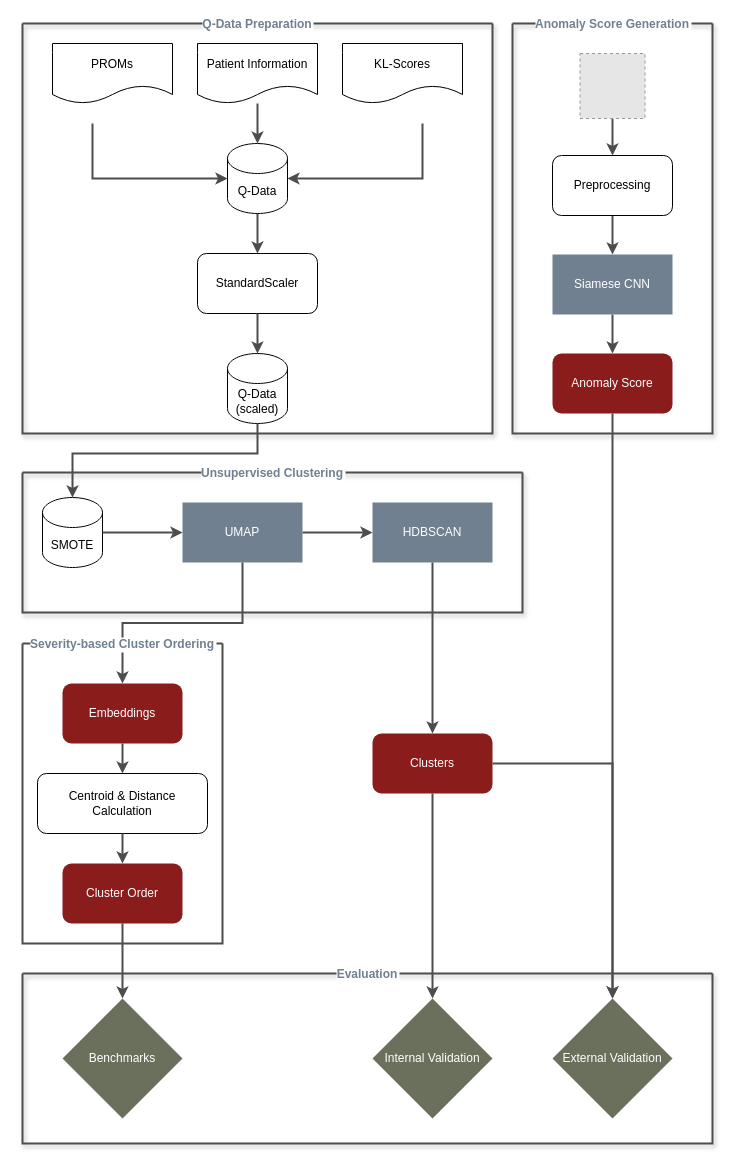
caitzpp/VT9_Identifying-Severities-in-Osteoarthritis keeps this draw.io diagram as OA Clustering Pipeline.drawio. Above is the earlier version. Source tidied: cells renumbered, new cells numbered last; positions are measured from the earlier drawing's top-left corner, leaving out a move shared by most shapes. Both pictures are drawn from the tidied source at 100%, with x=0, y=0 at pixel (22, 23). Pictures stored in the file or linked from it are replaced by grey dashed boxes.
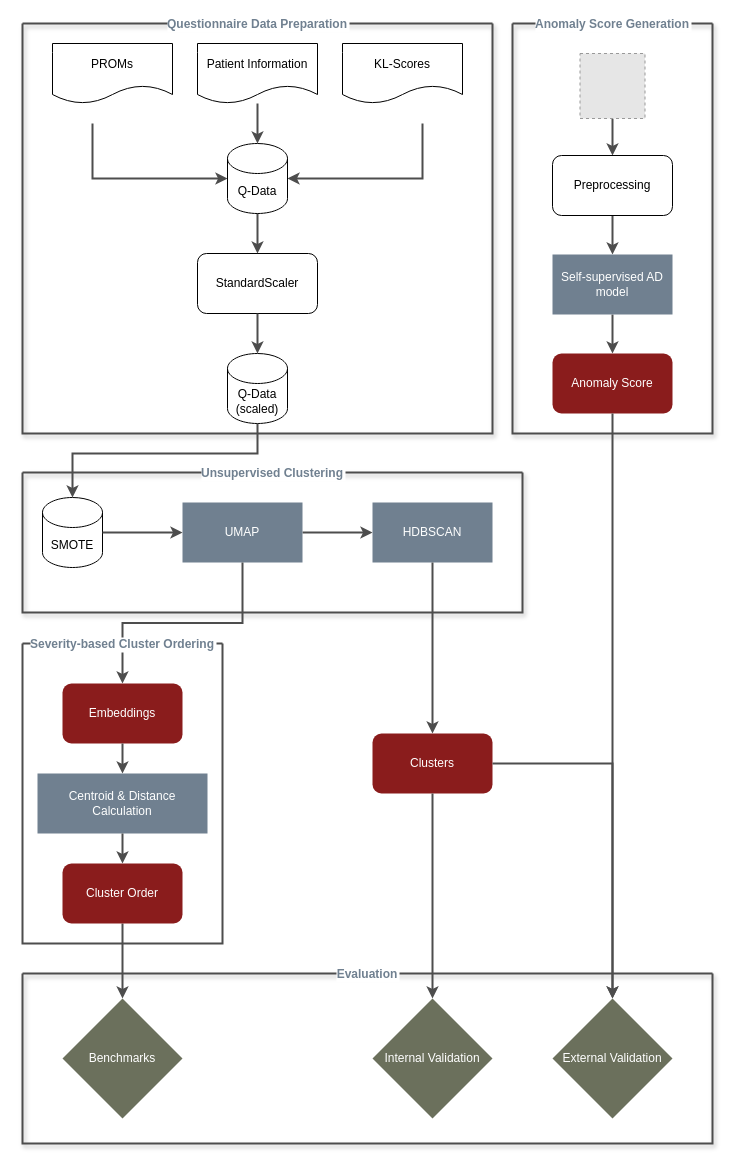
After the change.

The change refers to these unchanged cells:
```xml
<mxCell id="20" value="Anomaly Score Generation" style="swimlane;startSize=0;labelBackgroundColor=default;strokeColor=#4D4D4D;rounded=1;strokeWidth=2;shadow=1;fontColor=#708090;" parent="1" vertex="1">
  <mxGeometry x="490" width="200" height="410" as="geometry" />
</mxCell>
<mxCell id="40" value="Severity-based Cluster Ordering" style="swimlane;startSize=0;strokeWidth=2;strokeColor=#4D4D4D;labelBackgroundColor=default;fontColor=#708090;" parent="1" vertex="1">
  <mxGeometry y="620" width="200" height="300" as="geometry" />
</mxCell>
```

Diff of the diagram source:
```diff
@@
-    <mxCell id="2" value="Q-Data Preparation" style="swimlane;startSize=0;labelBackgroundColor=default;strokeColor=#4D4D4D;strokeWidth=2;rounded=1;glass=0;shadow=1;fontColor=#708090;textShadow=0;labelBorderColor=none;" parent="1" vertex="1">
+    <mxCell id="2" value="Questionnaire Data Preparation" style="swimlane;startSize=0;labelBackgroundColor=default;strokeColor=#4D4D4D;strokeWidth=2;rounded=1;glass=0;shadow=1;fontColor=#708090;textShadow=0;labelBorderColor=none;" parent="1" vertex="1">
       <mxGeometry width="470" height="410" as="geometry" />
     </mxCell>
@@
-    <mxCell id="26" value="Siamese CNN" style="rounded=0;whiteSpace=wrap;html=1;fillColor=light-dark(#708090, #6db2ff);fontColor=#ffffff;strokeColor=none;" parent="20" vertex="1">
+    <mxCell id="26" value="Self-supervised AD model" style="rounded=0;whiteSpace=wrap;html=1;fillColor=light-dark(#708090, #6db2ff);fontColor=#ffffff;strokeColor=none;" parent="20" vertex="1">
       <mxGeometry x="40" y="231" width="120" height="60" as="geometry" />
     </mxCell>
@@
-    <mxCell id="42" value="Centroid &amp;amp; Distance Calculation" style="rounded=1;whiteSpace=wrap;html=1;" parent="40" vertex="1">
+    <mxCell id="42" value="Centroid &amp;amp; Distance Calculation" style="rounded=0;whiteSpace=wrap;html=1;fillColor=#708090;strokeColor=none;fontColor=#FFFFFF;" parent="40" vertex="1">
       <mxGeometry x="15" y="130" width="170" height="60" as="geometry" />
     </mxCell>
```
